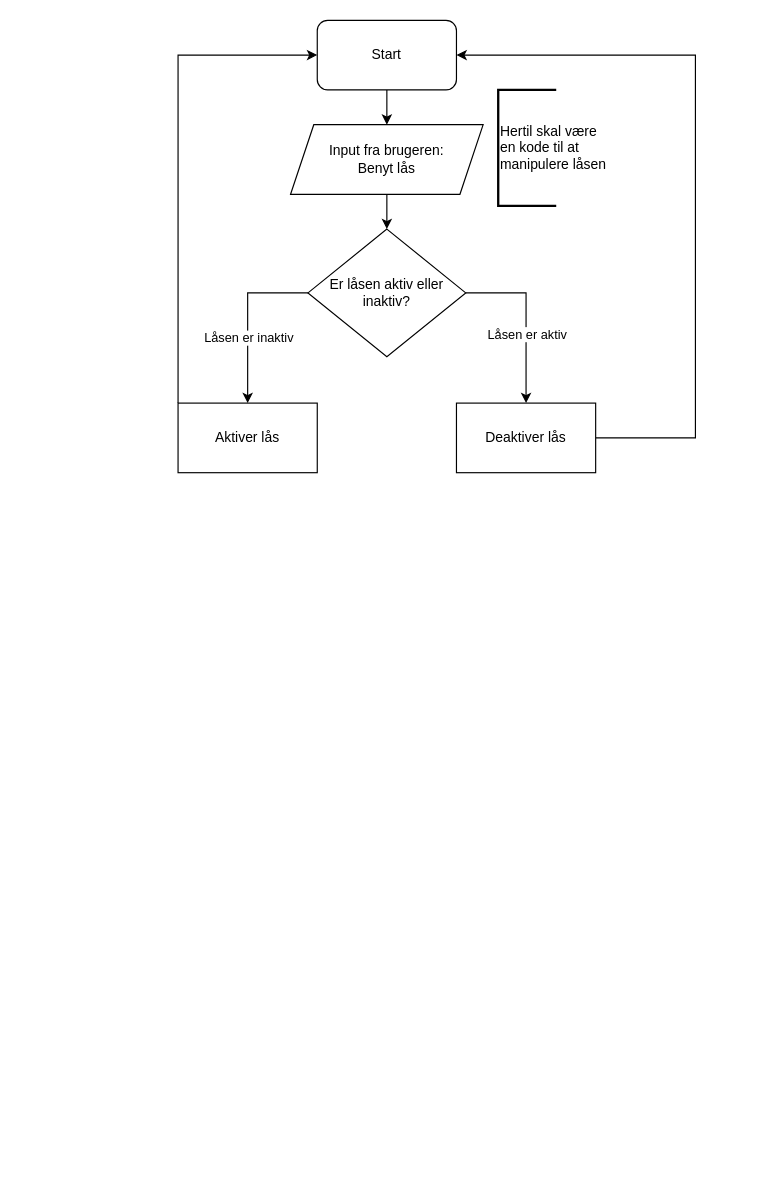
Earlier version of the draw.io diagram SW FlowCharts/ID 11 V1 Cykellås.drawio (KEA-E24-B9-IOT1/E24-B9-IoT1). Source tidied: cells renumbered, new cells numbered last; positions are measured from the earlier drawing's top-left corner, leaving out a move shared by most shapes. Both pictures are drawn from the tidied source at 116%, with x=0, y=0 at pixel (177, 20).
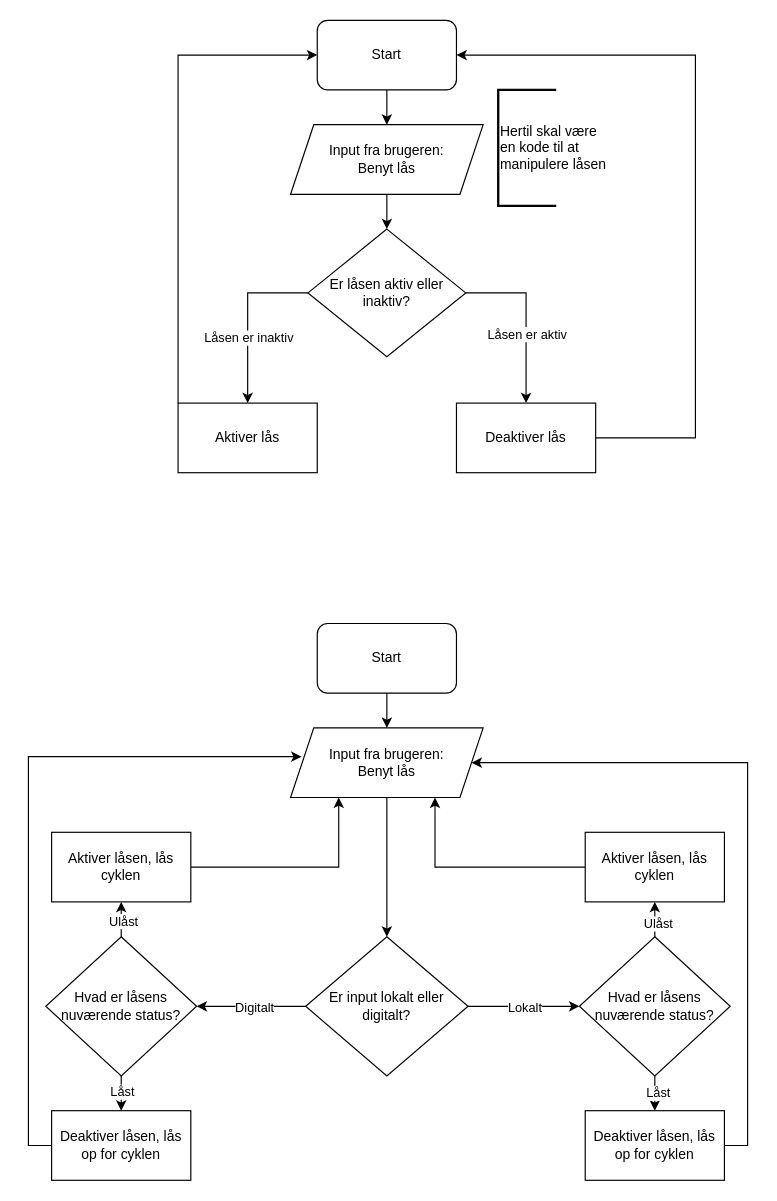
After the change.

What changed in the source:
```diff
@@
+    <mxCell id="16" style="edgeStyle=orthogonalEdgeStyle;rounded=0;jettySize=auto;html=1;exitX=0.5;exitY=1;exitDx=0;exitDy=0;entryX=0.5;entryY=0;entryDx=0;entryDy=0;" parent="1" edge="1" source="17" target="19">
+      <mxGeometry relative="1" as="geometry" />
+    </mxCell>
+    <mxCell id="17" value="Start" style="rounded=1;whiteSpace=wrap;html=1;" parent="1" vertex="1">
+      <mxGeometry x="120" y="520" width="120" height="60" as="geometry" />
+    </mxCell>
+    <mxCell id="18" style="edgeStyle=orthogonalEdgeStyle;rounded=0;jettySize=auto;html=1;" parent="1" edge="1" source="19" target="24">
+      <mxGeometry relative="1" as="geometry" />
+    </mxCell>
+    <mxCell id="19" value="Input fra brugeren:&lt;div&gt;Benyt lås&lt;/div&gt;" style="shape=parallelogram;perimeter=parallelogramPerimeter;whiteSpace=wrap;html=1;fixedSize=1;" parent="1" vertex="1">
+      <mxGeometry x="97" y="610" width="166" height="60" as="geometry" />
+    </mxCell>
+    <mxCell id="20" style="edgeStyle=orthogonalEdgeStyle;rounded=0;jettySize=auto;html=1;exitX=1;exitY=0.5;exitDx=0;exitDy=0;entryX=0;entryY=0.5;entryDx=0;entryDy=0;" parent="1" edge="1" source="24" target="29">
+      <mxGeometry relative="1" as="geometry">
+        <Array as="points">
+          <mxPoint x="336" y="850" />
+          <mxPoint x="336" y="850" />
+        </Array>
+      </mxGeometry>
+    </mxCell>
+    <mxCell id="21" value="Lokalt" style="edgeLabel;html=1;align=center;verticalAlign=middle;" parent="20" vertex="1">
+      <mxGeometry x="0.01" relative="1" as="geometry" />
+    </mxCell>
+    <mxCell id="22" style="edgeStyle=orthogonalEdgeStyle;rounded=0;jettySize=auto;html=1;exitX=0;exitY=0.5;exitDx=0;exitDy=0;entryX=1;entryY=0.5;entryDx=0;entryDy=0;" parent="1" edge="1" source="24" target="34">
+      <mxGeometry relative="1" as="geometry" />
+    </mxCell>
+    <mxCell id="23" value="&lt;div&gt;Digitalt&lt;/div&gt;" style="edgeLabel;html=1;align=center;verticalAlign=middle;" parent="22" vertex="1">
+      <mxGeometry x="-0.04" relative="1" as="geometry" />
+    </mxCell>
+    <mxCell id="24" value="Er input lokalt eller digitalt?" style="rhombus;whiteSpace=wrap;html=1;" parent="1" vertex="1">
+      <mxGeometry x="110" y="790" width="140" height="120" as="geometry" />
+    </mxCell>
+    <mxCell id="25" style="edgeStyle=orthogonalEdgeStyle;rounded=0;jettySize=auto;html=1;exitX=0.5;exitY=1;exitDx=0;exitDy=0;entryX=0.5;entryY=0;entryDx=0;entryDy=0;" parent="1" edge="1" source="29" target="41">
+      <mxGeometry relative="1" as="geometry" />
+    </mxCell>
+    <mxCell id="26" value="Låst" style="edgeLabel;html=1;align=center;verticalAlign=middle;" parent="25" vertex="1">
+      <mxGeometry x="-0.04" y="2" relative="1" as="geometry" />
+    </mxCell>
+    <mxCell id="27" style="edgeStyle=orthogonalEdgeStyle;rounded=0;jettySize=auto;html=1;exitX=0.5;exitY=0;exitDx=0;exitDy=0;entryX=0.5;entryY=1;entryDx=0;entryDy=0;" parent="1" edge="1" source="29" target="39">
+      <mxGeometry relative="1" as="geometry" />
+    </mxCell>
+    <mxCell id="28" value="Ulåst" style="edgeLabel;html=1;align=center;verticalAlign=middle;" parent="27" vertex="1">
+      <mxGeometry x="-0.18" y="-2" relative="1" as="geometry" />
+    </mxCell>
+    <mxCell id="29" value="Hvad er låsens nuværende status?" style="rhombus;whiteSpace=wrap;html=1;" parent="1" vertex="1">
+      <mxGeometry x="346" y="790" width="130" height="120" as="geometry" />
+    </mxCell>
+    <mxCell id="30" style="edgeStyle=orthogonalEdgeStyle;rounded=0;jettySize=auto;html=1;" parent="1" edge="1" source="34" target="36">
+      <mxGeometry relative="1" as="geometry" />
+    </mxCell>
+    <mxCell id="31" value="&lt;div&gt;Ulåst&lt;/div&gt;" style="edgeLabel;html=1;align=center;verticalAlign=middle;" parent="30" vertex="1">
+      <mxGeometry x="0.35" y="-1" relative="1" as="geometry" />
+    </mxCell>
+    <mxCell id="32" style="edgeStyle=orthogonalEdgeStyle;rounded=0;jettySize=auto;html=1;" parent="1" edge="1" source="34" target="37">
+      <mxGeometry relative="1" as="geometry" />
+    </mxCell>
+    <mxCell id="33" value="Låst" style="edgeLabel;html=1;align=center;verticalAlign=middle;" parent="32" vertex="1">
+      <mxGeometry x="0.32" relative="1" as="geometry" />
+    </mxCell>
+    <mxCell id="34" value="Hvad er låsens nuværende status?" style="rhombus;whiteSpace=wrap;html=1;" parent="1" vertex="1">
+      <mxGeometry x="-114" y="790" width="130" height="120" as="geometry" />
+    </mxCell>
+    <mxCell id="35" style="edgeStyle=orthogonalEdgeStyle;rounded=0;jettySize=auto;html=1;exitX=1;exitY=0.5;exitDx=0;exitDy=0;entryX=0.25;entryY=1;entryDx=0;entryDy=0;" parent="1" edge="1" source="36" target="19">
+      <mxGeometry relative="1" as="geometry" />
+    </mxCell>
+    <mxCell id="36" value="Aktiver låsen, lås cyklen" style="rounded=0;whiteSpace=wrap;html=1;" parent="1" vertex="1">
+      <mxGeometry x="-109" y="700" width="120" height="60" as="geometry" />
+    </mxCell>
+    <mxCell id="37" value="Deaktiver låsen, lås op for cyklen" style="rounded=0;whiteSpace=wrap;html=1;" parent="1" vertex="1">
+      <mxGeometry x="-109" y="940" width="120" height="60" as="geometry" />
+    </mxCell>
+    <mxCell id="38" style="edgeStyle=orthogonalEdgeStyle;rounded=0;jettySize=auto;html=1;entryX=0.75;entryY=1;entryDx=0;entryDy=0;" parent="1" edge="1" source="39" target="19">
+      <mxGeometry relative="1" as="geometry" />
+    </mxCell>
+    <mxCell id="39" value="Aktiver låsen, lås cyklen" style="rounded=0;whiteSpace=wrap;html=1;" parent="1" vertex="1">
+      <mxGeometry x="351" y="700" width="120" height="60" as="geometry" />
+    </mxCell>
+    <mxCell id="40" style="edgeStyle=orthogonalEdgeStyle;rounded=0;jettySize=auto;html=1;exitX=1;exitY=0.5;exitDx=0;exitDy=0;entryX=1;entryY=0.5;entryDx=0;entryDy=0;" parent="1" edge="1" source="41" target="19">
+      <mxGeometry relative="1" as="geometry">
+        <Array as="points">
+          <mxPoint x="491" y="970" />
+          <mxPoint x="491" y="640" />
+        </Array>
+      </mxGeometry>
+    </mxCell>
+    <mxCell id="41" value="Deaktiver låsen, lås op for cyklen" style="rounded=0;whiteSpace=wrap;html=1;" parent="1" vertex="1">
+      <mxGeometry x="351" y="940" width="120" height="60" as="geometry" />
+    </mxCell>
+    <mxCell id="42" style="edgeStyle=orthogonalEdgeStyle;rounded=0;jettySize=auto;html=1;exitX=0;exitY=0.5;exitDx=0;exitDy=0;entryX=0.057;entryY=0.413;entryDx=0;entryDy=0;entryPerimeter=0;" parent="1" edge="1" source="37" target="19">
+      <mxGeometry relative="1" as="geometry">
+        <Array as="points">
+          <mxPoint x="-129" y="970" />
+          <mxPoint x="-129" y="635" />
+        </Array>
+      </mxGeometry>
+    </mxCell>
```
